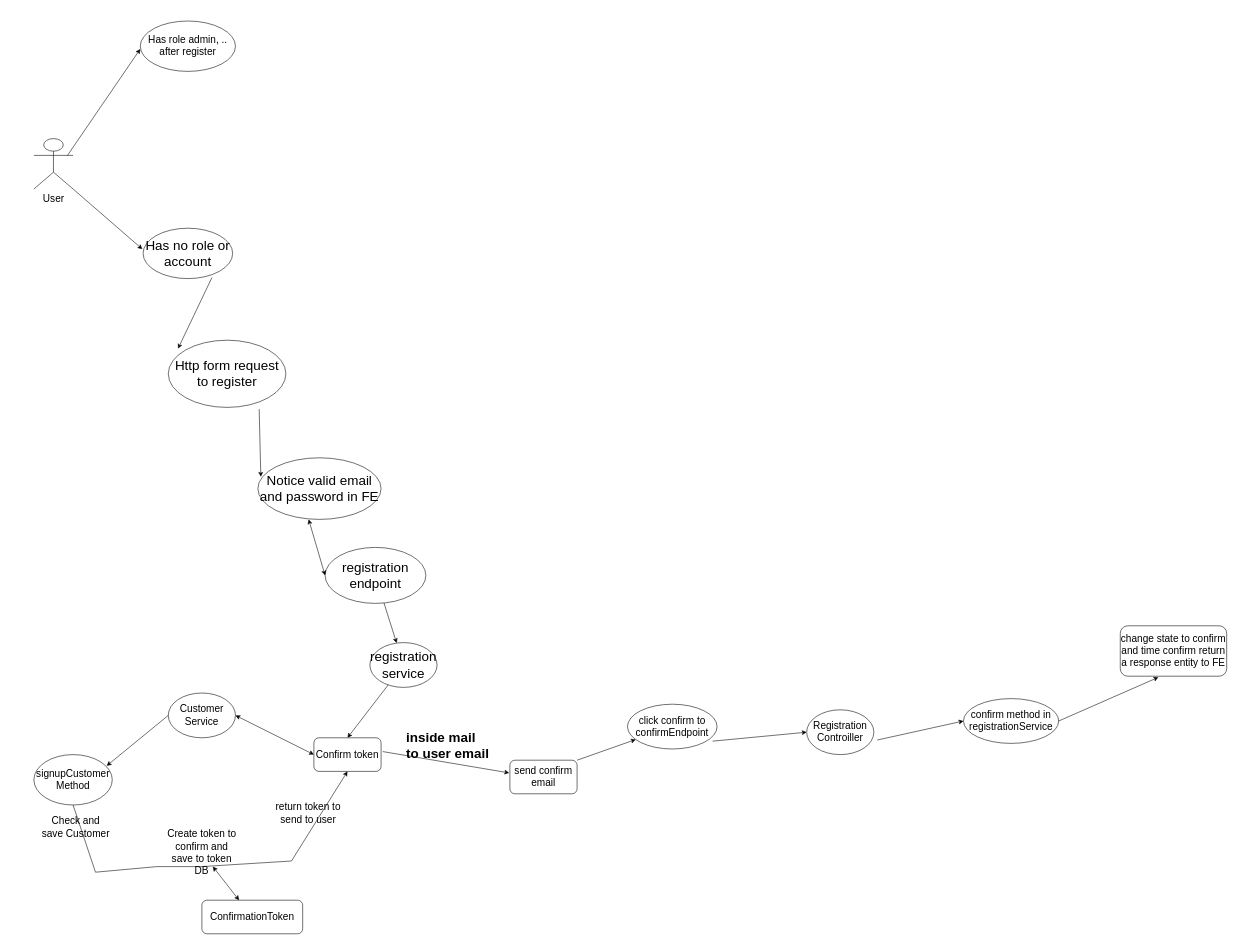
This is src/main/resources/Biểu đồ không có tiêu đề.drawio from SilverSixx/E-comerce, a draw.io file, before an edit. Source tidied: cells renumbered, new cells numbered last; positions are measured from the earlier drawing's top-left corner, leaving out a move shared by most shapes. Both pictures are drawn from the tidied source at 56%, with x=0, y=0 at pixel (34, 21).
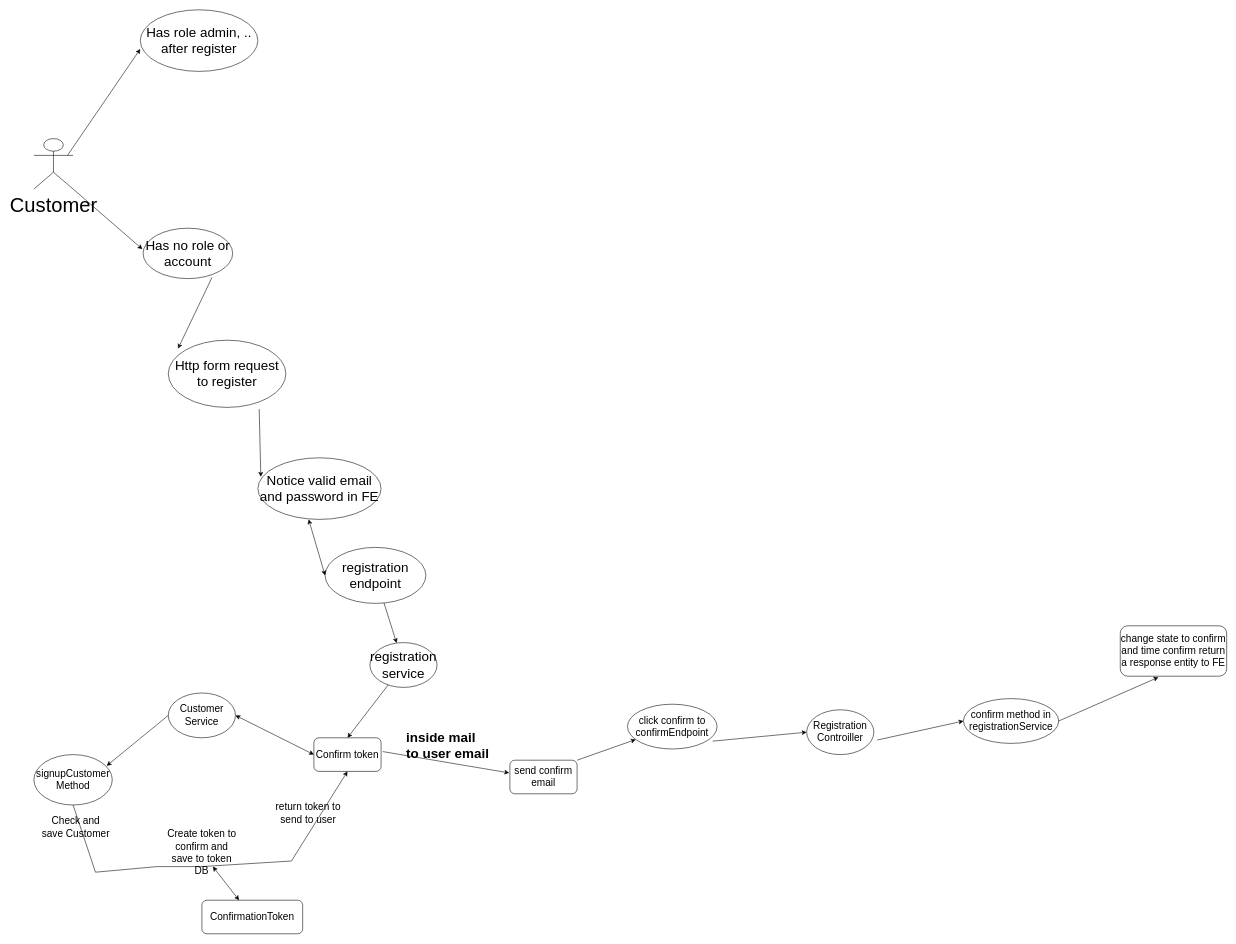
Above is the later version.

The edit, as a diff of the source:
```diff
@@
-    <mxCell id="2" value="&lt;font style=&quot;font-size: 18px;&quot;&gt;Has role admin, .. after register&lt;/font&gt;" style="ellipse;whiteSpace=wrap;html=1;align=center;" parent="1" vertex="1">
-      <mxGeometry x="190" width="170" height="90" as="geometry" />
+    <mxCell id="2" value="&lt;font style=&quot;font-size: 24px;&quot;&gt;Has role admin, .. after register&lt;/font&gt;" style="ellipse;whiteSpace=wrap;html=1;align=center;" parent="1" vertex="1">
+      <mxGeometry x="190" y="-20" width="210" height="110" as="geometry" />
     </mxCell>
@@
-    <mxCell id="7" value="&lt;font style=&quot;font-size: 18px;&quot;&gt;User&lt;/font&gt;" style="shape=umlActor;verticalLabelPosition=bottom;verticalAlign=top;html=1;" parent="1" vertex="1">
+    <mxCell id="7" value="&lt;span style=&quot;font-size: 36px;&quot;&gt;Customer&lt;/span&gt;" style="shape=umlActor;verticalLabelPosition=bottom;verticalAlign=top;html=1;" parent="1" vertex="1">
       <mxGeometry y="210" width="70" height="90" as="geometry" />
     </mxCell>
```
